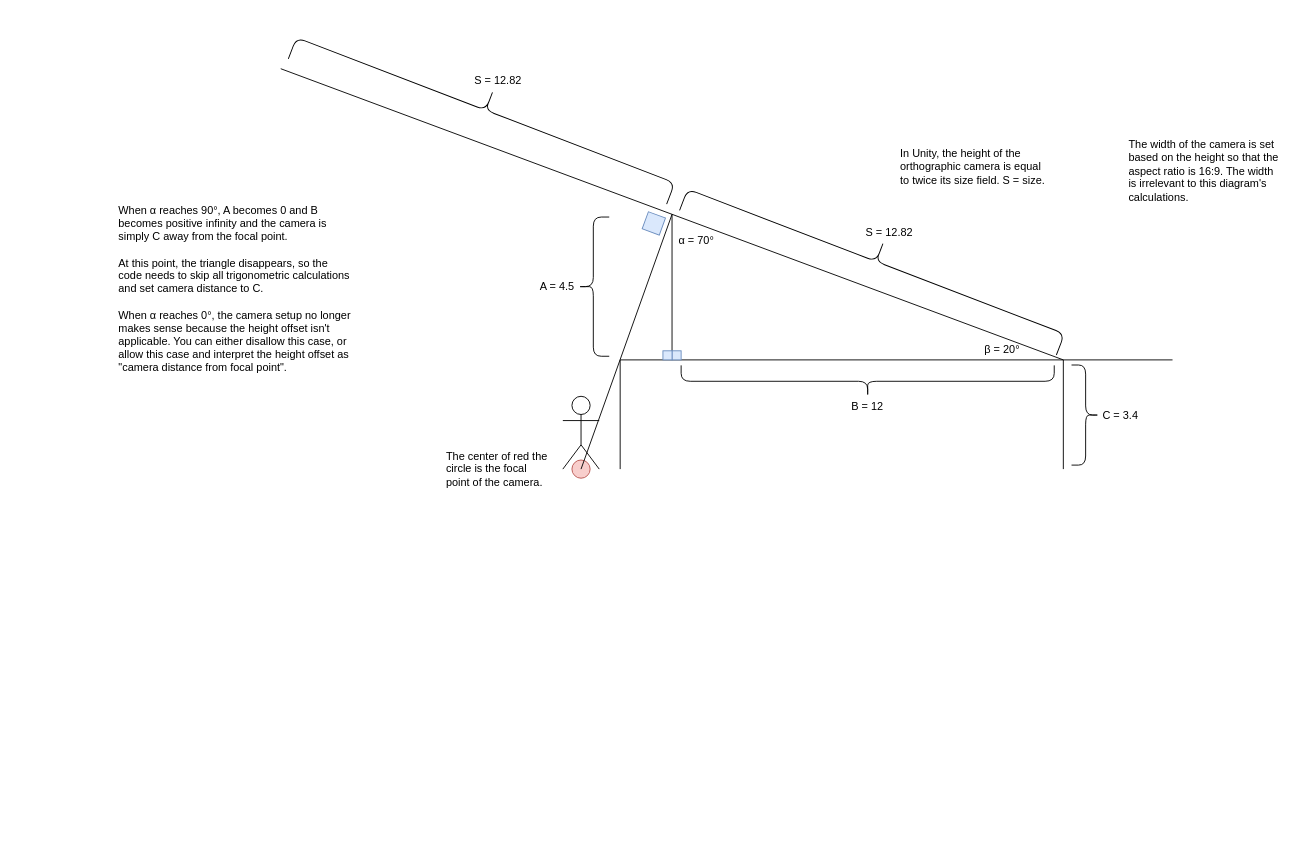
Before: CameraMathDiagram.drawio in kvu787/ZoomTracks, a draw.io diagram. Source tidied: cells renumbered, new cells numbered last; positions are measured from the earlier drawing's top-left corner, leaving out a move shared by most shapes. Both pictures are drawn from the tidied source at 91%, with x=0, y=0 at pixel (116, -93).
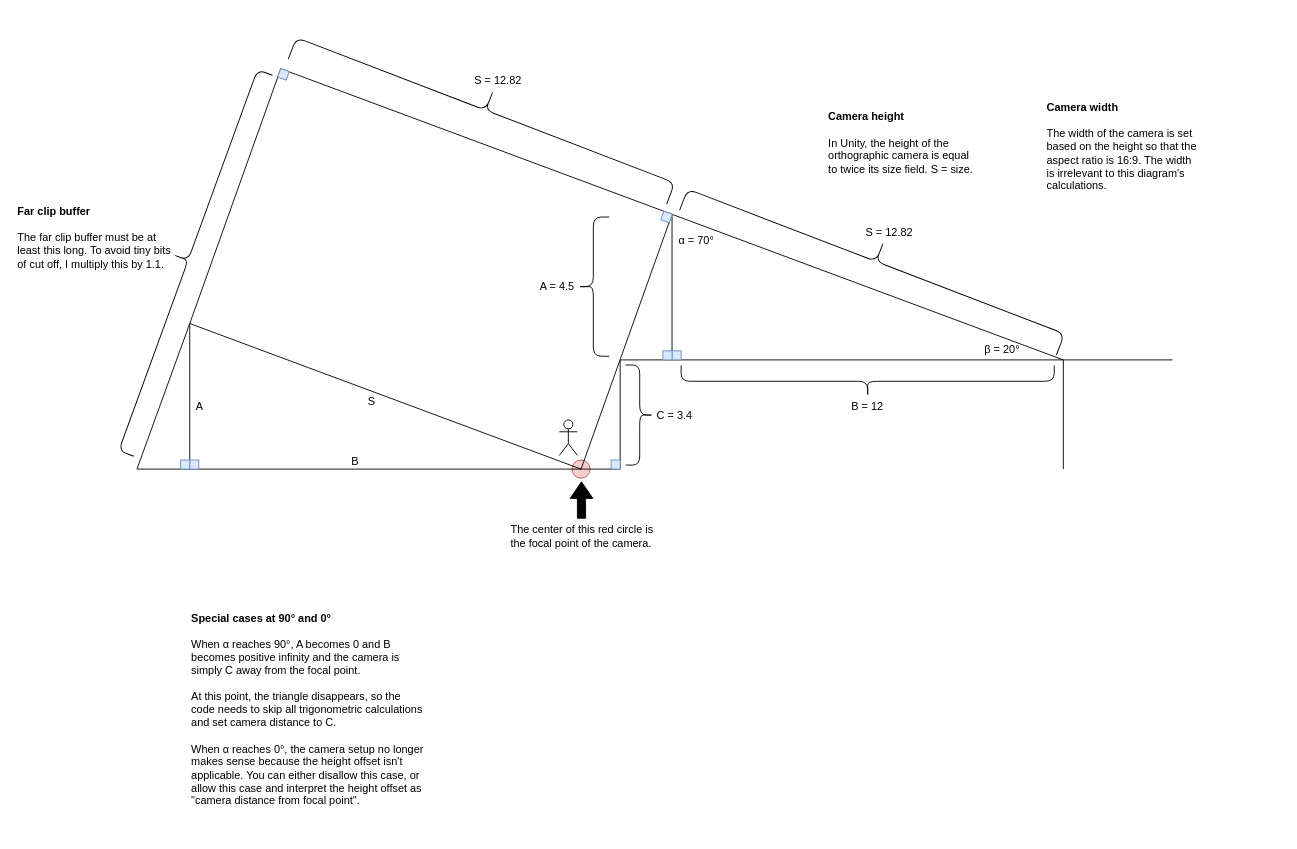
The same page after the edit.

Change to the diagram source:
```diff
@@
     <mxCell id="3" style="shape=umlActor;verticalLabelPosition=bottom;verticalAlign=top;html=1;" parent="1" vertex="1">
-      <mxGeometry x="490" y="537" width="40" height="80" as="geometry" />
+      <mxGeometry x="486.1" y="563" width="19.9" height="39" as="geometry" />
     </mxCell>
@@
-    <mxCell id="8" style="whiteSpace=wrap;html=1;rotation=20;fillColor=#dae8fc;strokeColor=#6c8ebf;" parent="1" vertex="1">
-      <mxGeometry x="580" y="337" width="20" height="20" as="geometry" />
-    </mxCell>
@@
-    <mxCell id="11" value="The center of red the circle is the focal point of the camera." style="text;html=1;align=left;verticalAlign=middle;whiteSpace=wrap;rounded=0;" parent="1" vertex="1">
-      <mxGeometry x="360" y="597" width="120" height="40" as="geometry" />
+    <mxCell id="11" value="The center of this red circle is the focal point of the camera." style="text;html=1;align=left;verticalAlign=middle;whiteSpace=wrap;rounded=0;" parent="1" vertex="1">
+      <mxGeometry x="431" y="671" width="174" height="40" as="geometry" />
     </mxCell>
@@
-    <mxCell id="13" value="In Unity, the height of the orthographic camera is equal to twice its size field. S = size." style="text;html=1;align=left;verticalAlign=top;whiteSpace=wrap;rounded=0;" parent="1" vertex="1">
-      <mxGeometry x="859.2" y="257" width="170" height="70" as="geometry" />
+    <mxCell id="13" value="&lt;div&gt;&lt;b&gt;Camera height&lt;/b&gt;&lt;/div&gt;&lt;div&gt;&lt;br&gt;&lt;/div&gt;In Unity, the height of the orthographic camera is equal to twice its size field. S = size." style="text;html=1;align=left;verticalAlign=top;whiteSpace=wrap;rounded=0;" parent="1" vertex="1">
+      <mxGeometry x="780" y="215.5" width="170" height="100" as="geometry" />
     </mxCell>
@@
     <mxCell id="24" value="C = 3.4" style="text;html=1;align=center;verticalAlign=middle;whiteSpace=wrap;rounded=0;" parent="1" vertex="1">
-      <mxGeometry x="1073" y="543" width="60" height="30" as="geometry" />
+      <mxGeometry x="583" y="543" width="60" height="30" as="geometry" />
     </mxCell>
     <mxCell id="25" style="shape=curlyBracket;whiteSpace=wrap;html=1;rounded=1;flipH=1;labelPosition=right;verticalLabelPosition=middle;align=left;verticalAlign=middle;" parent="1" vertex="1">
-      <mxGeometry x="1049" y="502.6" width="31" height="110" as="geometry" />
+      <mxGeometry x="559" y="502.6" width="31" height="110" as="geometry" />
     </mxCell>
@@
-    <mxCell id="27" value="The width of the camera is set based on the height so that the aspect ratio is 16:9. The width is irrelevant to this diagram's calculations." style="text;html=1;align=left;verticalAlign=top;whiteSpace=wrap;rounded=0;" parent="1" vertex="1">
-      <mxGeometry x="1110" y="247" width="170" height="100" as="geometry" />
+    <mxCell id="27" value="&lt;div&gt;&lt;b&gt;Camera width&lt;/b&gt;&lt;/div&gt;&lt;div&gt;&lt;br&gt;&lt;/div&gt;The width of the camera is set based on the height so that the aspect ratio is 16:9. The width is irrelevant to this diagram's calculations." style="text;html=1;align=left;verticalAlign=top;whiteSpace=wrap;rounded=0;" parent="1" vertex="1">
+      <mxGeometry x="1020" y="205.5" width="170" height="120" as="geometry" />
     </mxCell>
-    <mxCell id="28" value="&lt;div style=&quot;&quot;&gt;&lt;span style=&quot;background-color: transparent; color: light-dark(rgb(0, 0, 0), rgb(255, 255, 255));&quot;&gt;When&amp;nbsp;&lt;/span&gt;&lt;span style=&quot;background-color: transparent; color: light-dark(rgb(0, 0, 0), rgb(255, 255, 255));&quot;&gt;α reaches 90&lt;/span&gt;&lt;span style=&quot;background-color: transparent; color: light-dark(rgb(0, 0, 0), rgb(255, 255, 255));&quot;&gt;°, A becomes 0 and B becomes positive infinity&lt;/span&gt;&lt;span style=&quot;background-color: transparent; color: light-dark(rgb(0, 0, 0), rgb(255, 255, 255));&quot;&gt;&amp;nbsp;and the camera is simply C away from the focal point.&lt;/span&gt;&lt;/div&gt;&lt;div&gt;&lt;span style=&quot;&quot;&gt;&lt;br&gt;&lt;/span&gt;&lt;/div&gt;&lt;div&gt;&lt;span style=&quot;&quot;&gt;At this point, the triangle disappears, so the code needs to skip all trigonometric calculations and set camera distance to C.&lt;/span&gt;&lt;/div&gt;&lt;div&gt;&lt;span style=&quot;&quot;&gt;&lt;br&gt;&lt;/span&gt;&lt;/div&gt;&lt;div&gt;&lt;span style=&quot;&quot;&gt;When α reaches 0°, the camera setup no longer makes sense because the height offset isn't applicable. You can either disallow this case, or allow this case and interpret the height offset as &quot;camera distance from focal point&quot;.&lt;/span&gt;&lt;/div&gt;" style="text;html=1;align=left;verticalAlign=top;whiteSpace=wrap;rounded=0;" parent="1" vertex="1">
-      <mxGeometry y="319.4" width="260" height="217.6" as="geometry" />
+    <mxCell id="28" value="&lt;div style=&quot;&quot;&gt;&lt;b&gt;&lt;span style=&quot;background-color: transparent; color: light-dark(rgb(0, 0, 0), rgb(255, 255, 255));&quot;&gt;Special cases at&amp;nbsp;&lt;/span&gt;&lt;span style=&quot;background-color: transparent;&quot;&gt;90° and&amp;nbsp;&lt;/span&gt;&lt;span style=&quot;background-color: transparent;&quot;&gt;0°&lt;/span&gt;&lt;/b&gt;&lt;/div&gt;&lt;div style=&quot;&quot;&gt;&lt;span style=&quot;background-color: transparent; color: light-dark(rgb(0, 0, 0), rgb(255, 255, 255));&quot;&gt;&lt;br&gt;&lt;/span&gt;&lt;/div&gt;&lt;div style=&quot;&quot;&gt;&lt;span style=&quot;background-color: transparent; color: light-dark(rgb(0, 0, 0), rgb(255, 255, 255));&quot;&gt;When&amp;nbsp;&lt;/span&gt;&lt;span style=&quot;background-color: transparent; color: light-dark(rgb(0, 0, 0), rgb(255, 255, 255));&quot;&gt;α reaches 90&lt;/span&gt;&lt;span style=&quot;background-color: transparent; color: light-dark(rgb(0, 0, 0), rgb(255, 255, 255));&quot;&gt;°, A becomes 0 and B becomes positive infinity&lt;/span&gt;&lt;span style=&quot;background-color: transparent; color: light-dark(rgb(0, 0, 0), rgb(255, 255, 255));&quot;&gt;&amp;nbsp;and the camera is simply C away from the focal point.&lt;/span&gt;&lt;/div&gt;&lt;div&gt;&lt;span style=&quot;&quot;&gt;&lt;br&gt;&lt;/span&gt;&lt;/div&gt;&lt;div&gt;&lt;span style=&quot;&quot;&gt;At this point, the triangle disappears, so the code needs to skip all trigonometric calculations and set camera distance to C.&lt;/span&gt;&lt;/div&gt;&lt;div&gt;&lt;span style=&quot;&quot;&gt;&lt;br&gt;&lt;/span&gt;&lt;/div&gt;&lt;div&gt;&lt;span style=&quot;&quot;&gt;When α reaches 0°, the camera setup no longer makes sense because the height offset isn't applicable. You can either disallow this case, or allow this case and interpret the height offset as &quot;camera distance from focal point&quot;.&lt;/span&gt;&lt;/div&gt;" style="text;html=1;align=left;verticalAlign=top;whiteSpace=wrap;rounded=0;" parent="1" vertex="1">
+      <mxGeometry x="80" y="767" width="260" height="250" as="geometry" />
     </mxCell>
+    <mxCell id="29" style="endArrow=none;html=1;rounded=0;" parent="1" edge="1">
+      <mxGeometry relative="1" as="geometry">
+        <mxPoint x="180" y="177.1" as="sourcePoint" />
+        <mxPoint x="80" y="457.1" as="targetPoint" />
+      </mxGeometry>
+    </mxCell>
+    <mxCell id="30" style="endArrow=none;html=1;rounded=0;" parent="1" edge="1">
+      <mxGeometry relative="1" as="geometry">
+        <mxPoint x="80" y="457" as="sourcePoint" />
+        <mxPoint x="510" y="617" as="targetPoint" />
+      </mxGeometry>
+    </mxCell>
+    <mxCell id="31" style="endArrow=none;html=1;rounded=0;" parent="1" edge="1">
+      <mxGeometry relative="1" as="geometry">
+        <mxPoint x="80" y="617" as="sourcePoint" />
+        <mxPoint x="510" y="617" as="targetPoint" />
+      </mxGeometry>
+    </mxCell>
+    <mxCell id="32" style="endArrow=none;html=1;rounded=0;" parent="1" edge="1">
+      <mxGeometry relative="1" as="geometry">
+        <mxPoint x="80" y="617" as="sourcePoint" />
+        <mxPoint x="80" y="457" as="targetPoint" />
+      </mxGeometry>
+    </mxCell>
+    <mxCell id="33" value="S" style="text;html=1;align=center;verticalAlign=middle;whiteSpace=wrap;rounded=0;" parent="1" vertex="1">
+      <mxGeometry x="250" y="528" width="60" height="30" as="geometry" />
+    </mxCell>
+    <mxCell id="34" value="B" style="text;html=1;align=center;verticalAlign=middle;whiteSpace=wrap;rounded=0;" parent="1" vertex="1">
+      <mxGeometry x="232" y="594" width="60" height="30" as="geometry" />
+    </mxCell>
+    <mxCell id="35" value="A" style="text;html=1;align=center;verticalAlign=middle;whiteSpace=wrap;rounded=0;" parent="1" vertex="1">
+      <mxGeometry x="61" y="533" width="60" height="30" as="geometry" />
+    </mxCell>
+    <mxCell id="36" style="whiteSpace=wrap;html=1;rotation=20;fillColor=#dae8fc;strokeColor=#6c8ebf;" parent="1" vertex="1">
+      <mxGeometry x="599" y="335" width="10" height="10" as="geometry" />
+    </mxCell>
+    <mxCell id="37" style="whiteSpace=wrap;html=1;rotation=20;fillColor=#dae8fc;strokeColor=#6c8ebf;" parent="1" vertex="1">
+      <mxGeometry x="178" y="178.1" width="10" height="10" as="geometry" />
+    </mxCell>
+    <mxCell id="38" style="whiteSpace=wrap;html=1;rotation=0;fillColor=#dae8fc;strokeColor=#6c8ebf;" parent="1" vertex="1">
+      <mxGeometry x="80" y="607" width="10" height="10" as="geometry" />
+    </mxCell>
+    <mxCell id="39" style="endArrow=none;html=1;rounded=0;" parent="1" edge="1">
+      <mxGeometry relative="1" as="geometry">
+        <mxPoint x="80" y="457" as="sourcePoint" />
+        <mxPoint x="22" y="617" as="targetPoint" />
+      </mxGeometry>
+    </mxCell>
+    <mxCell id="40" style="shape=curlyBracket;whiteSpace=wrap;html=1;rounded=1;labelPosition=left;verticalLabelPosition=middle;align=right;verticalAlign=middle;rotation=20;" parent="1" vertex="1">
+      <mxGeometry x="60.5" y="164.7" width="35.4" height="445.6" as="geometry" />
+    </mxCell>
+    <mxCell id="41" value="&lt;div&gt;&lt;b&gt;Far clip buffer&lt;/b&gt;&lt;/div&gt;&lt;div&gt;&lt;br&gt;&lt;/div&gt;The far clip buffer must be at least this long. To avoid tiny bits of cut off, I multiply this by 1.1." style="text;html=1;align=left;verticalAlign=top;whiteSpace=wrap;rounded=0;" parent="1" vertex="1">
+      <mxGeometry x="-111" y="320.2" width="182.5" height="101.5" as="geometry" />
+    </mxCell>
+    <mxCell id="42" style="endArrow=none;html=1;rounded=0;" parent="1" edge="1">
+      <mxGeometry relative="1" as="geometry">
+        <mxPoint x="22" y="617" as="sourcePoint" />
+        <mxPoint x="80" y="617" as="targetPoint" />
+      </mxGeometry>
+    </mxCell>
+    <mxCell id="43" style="whiteSpace=wrap;html=1;rotation=0;fillColor=#dae8fc;strokeColor=#6c8ebf;" parent="1" vertex="1">
+      <mxGeometry x="70" y="607" width="10" height="10" as="geometry" />
+    </mxCell>
+    <mxCell id="44" style="endArrow=none;html=1;rounded=0;" parent="1" edge="1">
+      <mxGeometry relative="1" as="geometry">
+        <mxPoint x="509" y="617" as="sourcePoint" />
+        <mxPoint x="553" y="617" as="targetPoint" />
+      </mxGeometry>
+    </mxCell>
+    <mxCell id="45" style="whiteSpace=wrap;html=1;rotation=0;fillColor=#dae8fc;strokeColor=#6c8ebf;" parent="1" vertex="1">
+      <mxGeometry x="543" y="607" width="10" height="10" as="geometry" />
+    </mxCell>
+    <mxCell id="46" style="html=1;shadow=0;dashed=0;align=center;verticalAlign=middle;shape=mxgraph.arrows2.arrow;dy=0.64;dx=18.17;direction=north;notch=0;fillStyle=solid;fillColor=#000000;" parent="1" vertex="1">
+      <mxGeometry x="498" y="631" width="25" height="40" as="geometry" />
+    </mxCell>
```
